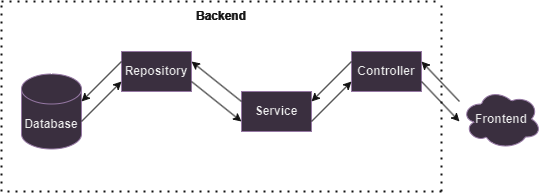
The draw.io diagram description/images/BackendArchitecture.png in LoQi03/WatchWithFriends, before a commit. Source tidied: cells renumbered, new cells last; positions are measured from the earlier drawing's top-left corner, leaving out a move shared by most shapes.
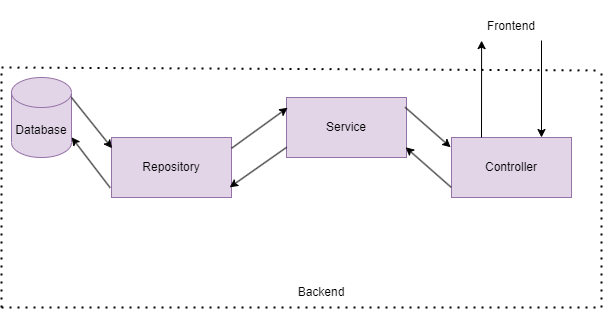
The same diagram one commit later.

Change to the diagram source:
```diff
@@ -2,79 +2,79 @@
   <root>
     <mxCell id="0" />
     <mxCell id="1" parent="0" />
-    <mxCell id="2" value="&lt;b style=&quot;&quot;&gt;Database&lt;/b&gt;" style="shape=cylinder3;whiteSpace=wrap;html=1;boundedLbl=1;backgroundOutline=1;size=15;fillColor=#e1d5e7;strokeColor=#9673a6;" parent="1" vertex="1">
-      <mxGeometry x="20" y="72.5" width="60" height="75" as="geometry" />
+    <mxCell id="2" value="Database" style="shape=cylinder3;whiteSpace=wrap;html=1;boundedLbl=1;backgroundOutline=1;size=15;fillColor=#e1d5e7;strokeColor=#9673a6;" parent="1" vertex="1">
+      <mxGeometry y="-43" width="60" height="80" as="geometry" />
     </mxCell>
-    <mxCell id="3" value="&lt;b style=&quot;&quot;&gt;Repository&lt;/b&gt;" style="rounded=0;whiteSpace=wrap;html=1;fillColor=#e1d5e7;strokeColor=#9673a6;" parent="1" vertex="1">
-      <mxGeometry x="120" y="50" width="70" height="40" as="geometry" />
+    <mxCell id="3" value="Repository" style="rounded=0;whiteSpace=wrap;html=1;fillColor=#e1d5e7;strokeColor=#9673a6;" parent="1" vertex="1">
+      <mxGeometry x="100" y="17" width="120" height="60" as="geometry" />
     </mxCell>
-    <mxCell id="4" style="endArrow=classic;html=1;rounded=0;entryX=0;entryY=0.75;entryDx=0;entryDy=0;strokeColor=#FFFFFF;" parent="1" edge="1" target="3">
-      <mxGeometry relative="1" as="geometry">
-        <mxPoint x="80" y="120" as="sourcePoint" />
-      </mxGeometry>
-    </mxCell>
-    <mxCell id="5" style="endArrow=classic;html=1;rounded=0;exitX=0;exitY=0.25;exitDx=0;exitDy=0;strokeColor=#FFFFFF;" parent="1" edge="1" source="3">
-      <mxGeometry relative="1" as="geometry">
-        <mxPoint x="80" y="100" as="targetPoint" />
-      </mxGeometry>
-    </mxCell>
+    <mxCell id="20" style="endArrow=classic;html=1;rounded=0;entryX=0.005;entryY=0.179;entryDx=0;entryDy=0;entryPerimeter=0;" parent="1" edge="1" target="3">
+      <mxGeometry relative="1" as="geometry">
+        <mxPoint x="60" y="-23" as="sourcePoint" />
+      </mxGeometry>
+    </mxCell>
+    <mxCell id="21" style="endArrow=classic;html=1;rounded=0;entryX=1.002;entryY=0.748;entryDx=0;entryDy=0;entryPerimeter=0;exitX=-0.011;exitY=0.838;exitDx=0;exitDy=0;exitPerimeter=0;" parent="1" edge="1" source="3" target="2">
+      <mxGeometry relative="1" as="geometry" />
+    </mxCell>
-    <mxCell id="6" value="&lt;b&gt;Service&lt;/b&gt;" style="rounded=0;whiteSpace=wrap;html=1;fillColor=#e1d5e7;strokeColor=#9673a6;" parent="1" vertex="1">
-      <mxGeometry x="240" y="90" width="70" height="40" as="geometry" />
+    <mxCell id="6" value="Service" style="rounded=0;whiteSpace=wrap;html=1;fillColor=#e1d5e7;strokeColor=#9673a6;" parent="1" vertex="1">
+      <mxGeometry x="275" y="-23" width="120" height="60" as="geometry" />
     </mxCell>
-    <mxCell id="7" style="endArrow=classic;html=1;rounded=0;entryX=0;entryY=0.75;entryDx=0;entryDy=0;exitX=1;exitY=0.75;exitDx=0;exitDy=0;strokeColor=#FFFFFF;" parent="1" edge="1" source="3" target="6">
+    <mxCell id="7" style="endArrow=classic;html=1;rounded=0;exitX=1.001;exitY=0.179;exitDx=0;exitDy=0;exitPerimeter=0;entryX=0.009;entryY=0.171;entryDx=0;entryDy=0;entryPerimeter=0;" parent="1" edge="1" source="3" target="6">
       <mxGeometry relative="1" as="geometry" />
     </mxCell>
-    <mxCell id="8" style="endArrow=classic;html=1;rounded=0;exitX=0;exitY=0.25;exitDx=0;exitDy=0;entryX=1;entryY=0.25;entryDx=0;entryDy=0;strokeColor=#FFFFFF;" parent="1" edge="1" source="6" target="3">
+    <mxCell id="8" style="endArrow=classic;html=1;rounded=0;exitX=0.001;exitY=0.83;exitDx=0;exitDy=0;exitPerimeter=0;entryX=0.985;entryY=0.83;entryDx=0;entryDy=0;entryPerimeter=0;" parent="1" edge="1" source="6" target="3">
       <mxGeometry relative="1" as="geometry" />
     </mxCell>
-    <mxCell id="9" value="&lt;b&gt;Controller&lt;/b&gt;" style="rounded=0;whiteSpace=wrap;html=1;fillColor=#e1d5e7;strokeColor=#9673a6;" parent="1" vertex="1">
-      <mxGeometry x="350" y="50" width="70" height="40" as="geometry" />
+    <mxCell id="9" value="Controller" style="rounded=0;whiteSpace=wrap;html=1;fillColor=#e1d5e7;strokeColor=#9673a6;" parent="1" vertex="1">
+      <mxGeometry x="440" y="17" width="120" height="60" as="geometry" />
     </mxCell>
-    <mxCell id="10" style="endArrow=classic;html=1;rounded=0;entryX=0;entryY=0.75;entryDx=0;entryDy=0;exitX=1;exitY=0.75;exitDx=0;exitDy=0;strokeColor=#FFFFFF;" parent="1" edge="1" source="6" target="9">
+    <mxCell id="10" style="endArrow=classic;html=1;rounded=0;entryX=-0.007;entryY=0.163;entryDx=0;entryDy=0;entryPerimeter=0;exitX=0.989;exitY=0.163;exitDx=0;exitDy=0;exitPerimeter=0;" parent="1" edge="1" source="6" target="9">
       <mxGeometry relative="1" as="geometry" />
     </mxCell>
-    <mxCell id="11" style="endArrow=classic;html=1;rounded=0;entryX=1;entryY=0.25;entryDx=0;entryDy=0;exitX=0;exitY=0.25;exitDx=0;exitDy=0;strokeColor=#FFFFFF;" parent="1" edge="1" source="9" target="6">
+    <mxCell id="11" style="endArrow=classic;html=1;rounded=0;entryX=0.993;entryY=0.83;entryDx=0;entryDy=0;entryPerimeter=0;exitX=-0.003;exitY=0.83;exitDx=0;exitDy=0;exitPerimeter=0;" parent="1" edge="1" source="9" target="6">
       <mxGeometry relative="1" as="geometry" />
     </mxCell>
-    <mxCell id="12" style="endArrow=classic;html=1;rounded=0;exitX=1.025;exitY=0.623;exitDx=0;exitDy=0;exitPerimeter=0;entryX=1;entryY=0.25;entryDx=0;entryDy=0;strokeColor=#FFFFFF;" parent="1" edge="1" target="9">
-      <mxGeometry relative="1" as="geometry">
-        <mxPoint x="458" y="100" as="sourcePoint" />
-      </mxGeometry>
-    </mxCell>
-    <mxCell id="13" style="endArrow=classic;html=1;rounded=0;entryX=0;entryY=0.75;entryDx=0;entryDy=0;exitX=1;exitY=0.75;exitDx=0;exitDy=0;strokeColor=#FFFFFF;" parent="1" edge="1" source="9">
-      <mxGeometry relative="1" as="geometry">
-        <mxPoint x="458" y="120" as="targetPoint" />
-      </mxGeometry>
-    </mxCell>
-    <mxCell id="14" value="&lt;b&gt;Frontend&lt;/b&gt;" style="ellipse;shape=cloud;whiteSpace=wrap;html=1;fillColor=#e1d5e7;strokeColor=#9673a6;" parent="1" vertex="1">
-      <mxGeometry x="460" y="87.5" width="80" height="60" as="geometry" />
+    <mxCell id="14" value="Frontend" style="text;html=1;strokeColor=none;fillColor=none;align=center;verticalAlign=middle;whiteSpace=wrap;rounded=0;" parent="1" vertex="1">
+      <mxGeometry x="450" y="-120" width="100" height="52.5" as="geometry" />
     </mxCell>
-    <mxCell id="15" style="endArrow=none;dashed=1;html=1;dashPattern=1 3;strokeWidth=2;rounded=0;strokeColor=#FFFFFF;" parent="1" edge="1">
-      <mxGeometry relative="1" as="geometry">
-        <mxPoint x="440" y="190" as="sourcePoint" />
-        <mxPoint x="440" as="targetPoint" />
-      </mxGeometry>
-    </mxCell>
+    <mxCell id="22" style="endArrow=classic;html=1;rounded=0;entryX=0.201;entryY=1.012;entryDx=0;entryDy=0;exitX=0.171;exitY=-0.011;exitDx=0;exitDy=0;exitPerimeter=0;entryPerimeter=0;" parent="1" edge="1">
+      <mxGeometry relative="1" as="geometry">
+        <mxPoint x="470" y="17" as="sourcePoint" />
+        <mxPoint x="470.1" y="-79.9" as="targetPoint" />
+      </mxGeometry>
+    </mxCell>
+    <mxCell id="23" style="endArrow=none;dashed=1;html=1;dashPattern=1 3;strokeWidth=2;rounded=0;" parent="1" edge="1">
+      <mxGeometry relative="1" as="geometry">
+        <mxPoint x="-10" y="187" as="sourcePoint" />
+        <mxPoint x="-10" y="-53" as="targetPoint" />
+      </mxGeometry>
+    </mxCell>
+    <mxCell id="24" style="endArrow=none;dashed=1;html=1;dashPattern=1 3;strokeWidth=2;rounded=0;" parent="1" edge="1">
+      <mxGeometry relative="1" as="geometry">
+        <mxPoint x="-10" y="187" as="sourcePoint" />
+        <mxPoint x="590" y="187" as="targetPoint" />
+      </mxGeometry>
+    </mxCell>
+    <mxCell id="25" style="endArrow=none;dashed=1;html=1;dashPattern=1 3;strokeWidth=2;rounded=0;" parent="1" edge="1">
+      <mxGeometry relative="1" as="geometry">
+        <mxPoint x="-10" y="-53" as="sourcePoint" />
+        <mxPoint x="590" y="-50" as="targetPoint" />
+      </mxGeometry>
+    </mxCell>
+    <mxCell id="26" style="endArrow=classic;html=1;rounded=0;entryX=0.201;entryY=1.012;entryDx=0;entryDy=0;exitX=0.171;exitY=-0.011;exitDx=0;exitDy=0;exitPerimeter=0;entryPerimeter=0;" parent="1" edge="1">
+      <mxGeometry relative="1" as="geometry">
+        <mxPoint x="530" y="-80" as="sourcePoint" />
+        <mxPoint x="530" y="17" as="targetPoint" />
+      </mxGeometry>
+    </mxCell>
-    <mxCell id="16" value="&lt;font color=&quot;#ffffff&quot;&gt;&lt;b&gt;Backend&lt;/b&gt;&lt;/font&gt;" style="text;html=1;strokeColor=none;fillColor=none;align=center;verticalAlign=middle;whiteSpace=wrap;rounded=0;" parent="1" vertex="1">
-      <mxGeometry x="190" width="60" height="30" as="geometry" />
+    <mxCell id="16" value="Backend" style="text;html=1;strokeColor=none;fillColor=none;align=center;verticalAlign=middle;whiteSpace=wrap;rounded=0;" parent="1" vertex="1">
+      <mxGeometry x="280" y="157" width="60" height="30" as="geometry" />
     </mxCell>
-    <mxCell id="17" style="endArrow=none;dashed=1;html=1;dashPattern=1 3;strokeWidth=2;rounded=0;fontStyle=1;strokeColor=#FFFFFF;" parent="1" edge="1">
-      <mxGeometry relative="1" as="geometry">
-        <mxPoint x="440" y="190" as="sourcePoint" />
-        <mxPoint y="190" as="targetPoint" />
-      </mxGeometry>
-    </mxCell>
-    <mxCell id="18" style="endArrow=none;dashed=1;html=1;dashPattern=1 3;strokeWidth=2;rounded=0;strokeColor=#FFFFFF;" parent="1" edge="1">
-      <mxGeometry relative="1" as="geometry">
-        <mxPoint y="190" as="sourcePoint" />
-        <mxPoint as="targetPoint" />
-      </mxGeometry>
-    </mxCell>
-    <mxCell id="19" style="endArrow=none;dashed=1;html=1;dashPattern=1 3;strokeWidth=2;rounded=0;strokeColor=#FFFFFF;" parent="1" edge="1">
-      <mxGeometry relative="1" as="geometry">
-        <mxPoint as="sourcePoint" />
-        <mxPoint x="440" as="targetPoint" />
-      </mxGeometry>
-    </mxCell>
+    <mxCell id="27" style="endArrow=none;dashed=1;html=1;dashPattern=1 3;strokeWidth=2;rounded=0;" parent="1" edge="1">
+      <mxGeometry relative="1" as="geometry">
+        <mxPoint x="590" y="187" as="sourcePoint" />
+        <mxPoint x="590" y="-53" as="targetPoint" />
+      </mxGeometry>
+    </mxCell>
   </root>
 </mxGraphModel>
```
